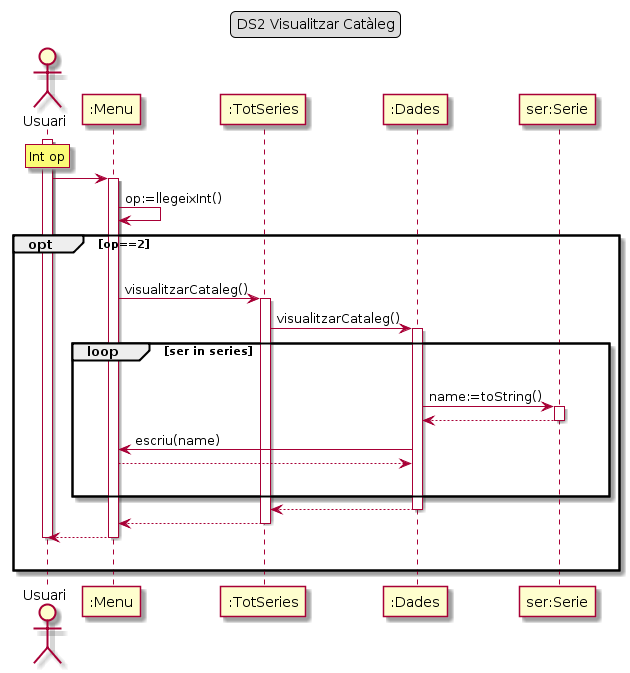
Earlier version of the PlantUML export Lab5/DS/DS2 Cataleg.png (Ralleg314/DS). The source it was exported from:
```plantuml
@startuml
legend top
    DS2 Visualitzar Catàleg
end legend

actor Usuari as usuari
activate usuari

rnote over usuari
    Int op
end rnote

participant ":Menu" as menu
participant ":TotSeries" as TS
participant ":Dades" as dades
participant "ser:Serie" as serie

usuari -> menu
activate menu
menu ->menu : op:=llegeixInt()
opt op==2
    |||
    menu ->TS: visualitzarCataleg()
    activate TS

    TS -> dades: visualitzarCataleg()
    activate dades
    loop ser in series
        |||
        dades ->serie : name:=toString()
        activate serie
        serie --> dades
        deactivate serie
        dades -> menu : escriu(name)
        menu ---> dades
        |||
    end
    dades --> TS
    deactivate dades
    TS ---> menu
    deactivate TS
    menu --> usuari
    deactivate menu
    deactivate usuari
    |||
end
@enduml
```
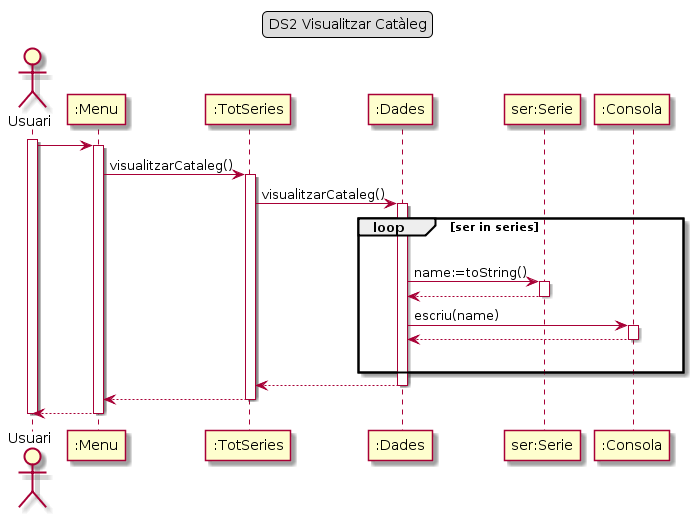
After the change.

Change to the diagram source:
```diff
@@ -6,42 +6,38 @@
 actor Usuari as usuari
 activate usuari
 
-rnote over usuari
-    Int op
-end rnote
-
 participant ":Menu" as menu
 participant ":TotSeries" as TS
 participant ":Dades" as dades
 participant "ser:Serie" as serie
+participant ":Consola" as consola
 
 usuari -> menu
 activate menu
-menu ->menu : op:=llegeixInt()
-opt op==2
+
+
+menu ->TS: visualitzarCataleg()
+activate TS
+
+TS -> dades: visualitzarCataleg()
+activate dades
+loop ser in series
     |||
-    menu ->TS: visualitzarCataleg()
-    activate TS
-
-    TS -> dades: visualitzarCataleg()
-    activate dades
-    loop ser in series
-        |||
-        dades ->serie : name:=toString()
-        activate serie
-        serie --> dades
-        deactivate serie
-        dades -> menu : escriu(name)
-        menu ---> dades
-        |||
-    end
-    dades --> TS
-    deactivate dades
-    TS ---> menu
-    deactivate TS
-    menu --> usuari
-    deactivate menu
-    deactivate usuari
+    dades ->serie : name:=toString()
+    activate serie
+    serie --> dades
+    deactivate serie
+    dades -> consola : escriu(name)
+    activate consola
+    consola ---> dades
+    deactivate consola
     |||
 end
+dades --> TS
+deactivate dades
+TS ---> menu
+deactivate TS
+menu --> usuari
+deactivate menu
+deactivate usuari
 @enduml
```
